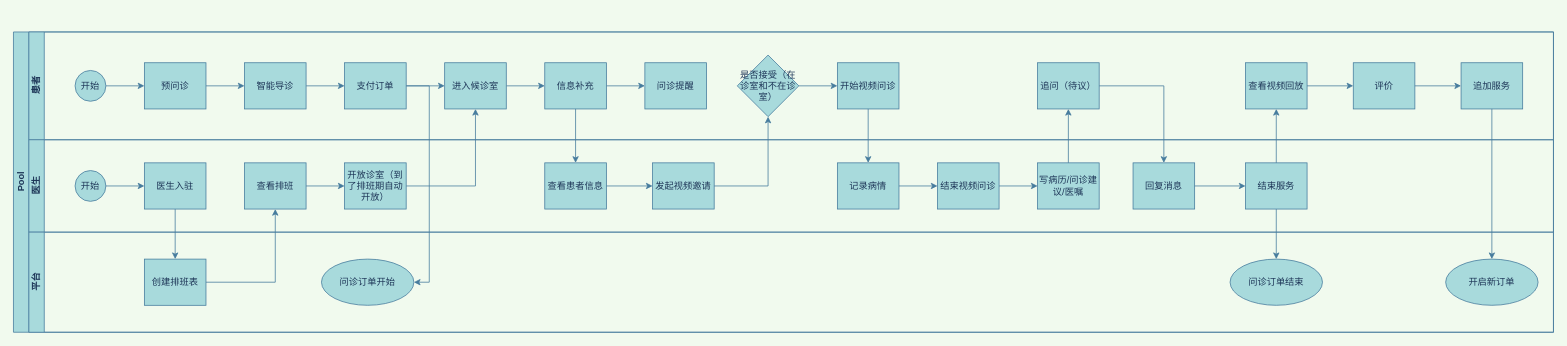
This is 视频问诊.drawio from DongFuDong/flow, a draw.io file, before an edit. Source tidied: cells renumbered, new cells numbered last; positions are measured from the earlier drawing's top-left corner, leaving out a move shared by most shapes. Both pictures are drawn from the tidied source at 77%, with x=0, y=0 at pixel (13, 32).
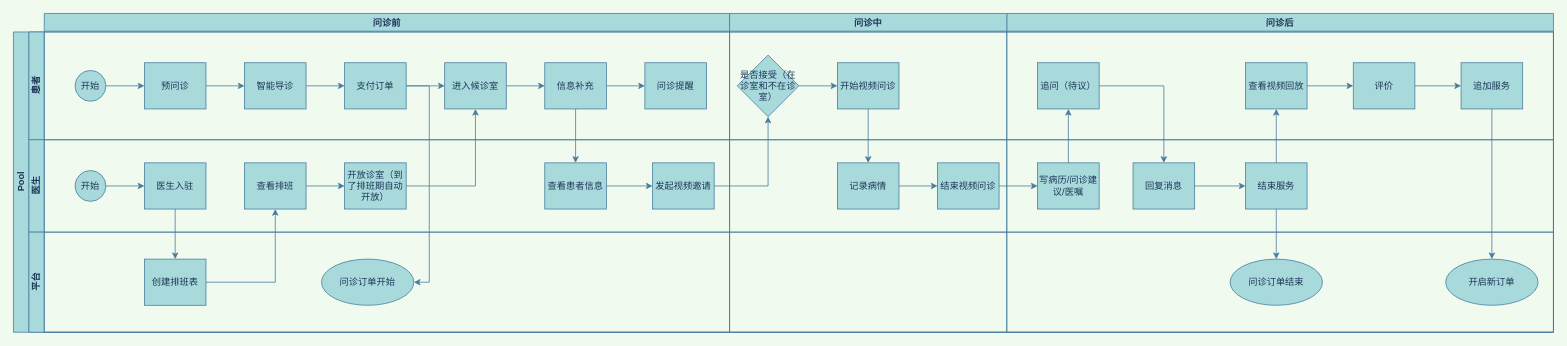
After the change.

Diff of the diagram source:
```diff
@@
+    <mxCell id="61" value="问诊前" style="swimlane;rounded=0;sketch=0;fontColor=#1D3557;strokeColor=#457B9D;fillColor=#A8DADC;" parent="1" vertex="1">
+      <mxGeometry x="40" y="-24" width="890" height="414" as="geometry" />
+    </mxCell>
+    <mxCell id="62" value="问诊后" style="swimlane;rounded=0;sketch=0;fontColor=#1D3557;strokeColor=#457B9D;fillColor=#A8DADC;" parent="1" vertex="1">
+      <mxGeometry x="1290" y="-24" width="710" height="414" as="geometry" />
+    </mxCell>
+    <mxCell id="63" value="问诊中" style="swimlane;rounded=0;sketch=0;fontColor=#1D3557;strokeColor=#457B9D;fillColor=#A8DADC;" parent="1" vertex="1">
+      <mxGeometry x="930" y="-24" width="360" height="414" as="geometry" />
+    </mxCell>
```
